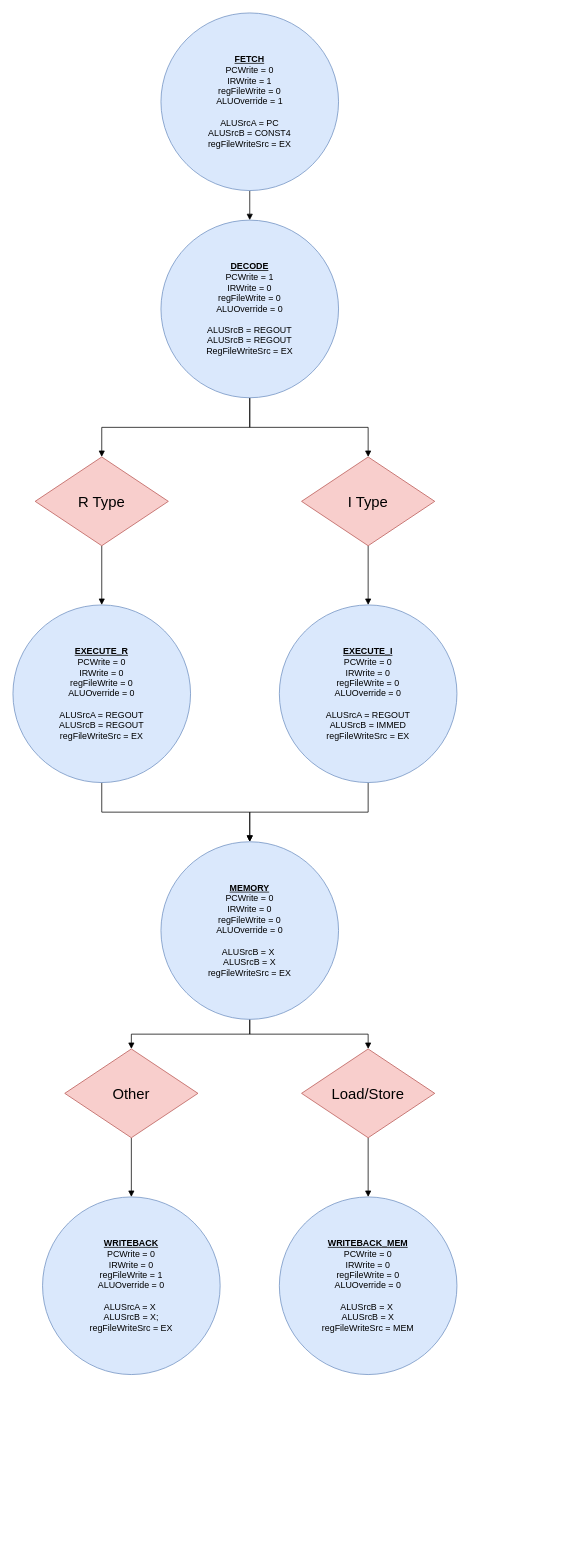
Above: page "Controller FSM" (2 of 2) of doc/PhilosophyV_Core.drawio in AnthonyKenny98/PhilosophyV (draw.io), before the change. Source tidied: cells renumbered, new cells numbered last; positions are measured from the earlier drawing's top-left corner, leaving out a move shared by most shapes. Both pictures are drawn from the tidied source at 74%, with x=0, y=0 at pixel (13, 13).
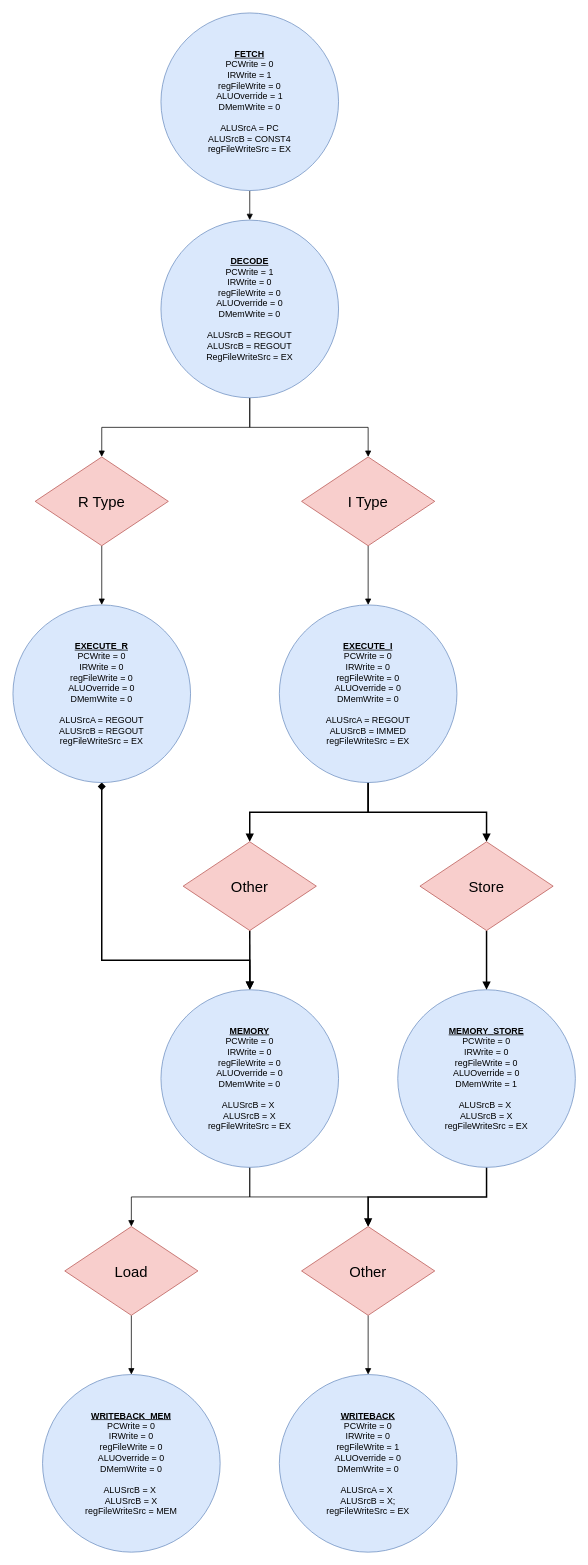
After the change.

What changed in the source:
```diff
@@
-    <mxCell id="3" value="&lt;font size=&quot;1&quot;&gt;&lt;span style=&quot;font-size: 12px&quot;&gt;&lt;u style=&quot;font-weight: bold&quot;&gt;FETCH&lt;br&gt;&lt;/u&gt;PCWrite = 0&lt;br&gt;IRWrite = 1&lt;br&gt;regFileWrite = 0&lt;br&gt;ALUOverride = 1&lt;br&gt;&lt;br&gt;ALUSrcA = PC&lt;br&gt;ALUSrcB = CONST4&lt;br&gt;regFileWriteSrc = EX&lt;br&gt;&lt;/span&gt;&lt;/font&gt;" style="ellipse;whiteSpace=wrap;html=1;rounded=0;shadow=0;glass=0;comic=0;fillColor=#dae8fc;fontSize=7;align=center;strokeColor=#6c8ebf;" parent="1" vertex="1">
+    <mxCell id="3" value="&lt;font size=&quot;1&quot;&gt;&lt;span style=&quot;font-size: 12px&quot;&gt;&lt;u style=&quot;font-weight: bold&quot;&gt;FETCH&lt;br&gt;&lt;/u&gt;PCWrite = 0&lt;br&gt;IRWrite = 1&lt;br&gt;regFileWrite = 0&lt;br&gt;ALUOverride = 1&lt;br&gt;DMemWrite = 0&lt;br&gt;&lt;br&gt;ALUSrcA = PC&lt;br&gt;ALUSrcB = CONST4&lt;br&gt;regFileWriteSrc = EX&lt;br&gt;&lt;/span&gt;&lt;/font&gt;" style="ellipse;whiteSpace=wrap;html=1;rounded=0;shadow=0;glass=0;comic=0;fillColor=#dae8fc;fontSize=7;align=center;strokeColor=#6c8ebf;" parent="1" vertex="1">
       <mxGeometry x="200" width="240" height="240" as="geometry" />
     </mxCell>
@@
-    <mxCell id="6" value="&lt;font size=&quot;1&quot;&gt;&lt;span style=&quot;font-size: 12px&quot;&gt;&lt;u style=&quot;font-weight: bold&quot;&gt;DECODE&lt;br&gt;&lt;/u&gt;PCWrite = 1&lt;br&gt;IRWrite = 0&lt;br&gt;regFileWrite = 0&lt;br&gt;ALUOverride = 0&lt;br&gt;&lt;br&gt;ALUSrcB = REGOUT&lt;br&gt;ALUSrcB = REGOUT&lt;br&gt;RegFileWriteSrc = EX&lt;br&gt;&lt;/span&gt;&lt;/font&gt;" style="ellipse;whiteSpace=wrap;html=1;rounded=0;shadow=0;glass=0;comic=0;fillColor=#dae8fc;fontSize=7;align=center;strokeColor=#6c8ebf;" parent="1" vertex="1">
+    <mxCell id="6" value="&lt;font size=&quot;1&quot;&gt;&lt;span style=&quot;font-size: 12px&quot;&gt;&lt;u style=&quot;font-weight: bold&quot;&gt;DECODE&lt;br&gt;&lt;/u&gt;PCWrite = 1&lt;br&gt;IRWrite = 0&lt;br&gt;regFileWrite = 0&lt;br&gt;ALUOverride = 0&lt;br&gt;&lt;/span&gt;&lt;/font&gt;&lt;span style=&quot;font-size: 12px&quot;&gt;DMemWrite = 0&lt;/span&gt;&lt;font size=&quot;1&quot;&gt;&lt;span style=&quot;font-size: 12px&quot;&gt;&lt;br&gt;&lt;br&gt;ALUSrcB = REGOUT&lt;br&gt;ALUSrcB = REGOUT&lt;br&gt;RegFileWriteSrc = EX&lt;br&gt;&lt;/span&gt;&lt;/font&gt;" style="ellipse;whiteSpace=wrap;html=1;rounded=0;shadow=0;glass=0;comic=0;fillColor=#dae8fc;fontSize=7;align=center;strokeColor=#6c8ebf;" parent="1" vertex="1">
       <mxGeometry x="200" y="280" width="240" height="240" as="geometry" />
     </mxCell>
-    <mxCell id="7" style="edgeStyle=orthogonalEdgeStyle;rounded=0;jumpStyle=arc;jettySize=auto;html=1;exitX=0.5;exitY=1;exitDx=0;exitDy=0;entryX=0.5;entryY=0;entryDx=0;entryDy=0;endArrow=block;endFill=1;strokeWidth=1;fontSize=20;" parent="1" edge="1" source="8" target="11">
-      <mxGeometry relative="1" as="geometry" />
+    <mxCell id="7" style="edgeStyle=orthogonalEdgeStyle;rounded=0;jumpStyle=arc;jettySize=auto;html=1;exitX=0.5;exitY=1;exitDx=0;exitDy=0;entryX=0.5;entryY=0;entryDx=0;entryDy=0;startArrow=diamond;startFill=1;endArrow=block;endFill=1;strokeWidth=2;fontSize=20;" parent="1" edge="1" source="8" target="11">
+      <mxGeometry relative="1" as="geometry">
+        <Array as="points">
+          <mxPoint x="120" y="1280" />
+          <mxPoint x="320" y="1280" />
+        </Array>
+      </mxGeometry>
     </mxCell>
-    <mxCell id="8" value="&lt;font size=&quot;1&quot;&gt;&lt;span style=&quot;font-size: 12px&quot;&gt;&lt;u style=&quot;font-weight: bold&quot;&gt;EXECUTE_R&lt;br&gt;&lt;/u&gt;PCWrite = 0&lt;br&gt;IRWrite = 0&lt;br&gt;regFileWrite = 0&lt;br&gt;ALUOverride = 0&lt;br&gt;&lt;br&gt;ALUSrcA = REGOUT&lt;br&gt;ALUSrcB = REGOUT&lt;br&gt;regFileWriteSrc = EX&lt;br&gt;&lt;/span&gt;&lt;/font&gt;" style="ellipse;whiteSpace=wrap;html=1;rounded=0;shadow=0;glass=0;comic=0;fillColor=#dae8fc;fontSize=7;align=center;strokeColor=#6c8ebf;" parent="1" vertex="1">
+    <mxCell id="8" value="&lt;font size=&quot;1&quot;&gt;&lt;span style=&quot;font-size: 12px&quot;&gt;&lt;u style=&quot;font-weight: bold&quot;&gt;EXECUTE_R&lt;br&gt;&lt;/u&gt;PCWrite = 0&lt;br&gt;IRWrite = 0&lt;br&gt;regFileWrite = 0&lt;br&gt;ALUOverride = 0&lt;br&gt;&lt;/span&gt;&lt;/font&gt;&lt;span style=&quot;font-size: 12px&quot;&gt;DMemWrite = 0&lt;/span&gt;&lt;font size=&quot;1&quot;&gt;&lt;span style=&quot;font-size: 12px&quot;&gt;&lt;br&gt;&lt;br&gt;ALUSrcA = REGOUT&lt;br&gt;ALUSrcB = REGOUT&lt;br&gt;regFileWriteSrc = EX&lt;br&gt;&lt;/span&gt;&lt;/font&gt;" style="ellipse;whiteSpace=wrap;html=1;rounded=0;shadow=0;glass=0;comic=0;fillColor=#dae8fc;fontSize=7;align=center;strokeColor=#6c8ebf;" parent="1" vertex="1">
       <mxGeometry y="800" width="240" height="240" as="geometry" />
     </mxCell>
@@
-    <mxCell id="11" value="&lt;font size=&quot;1&quot;&gt;&lt;span style=&quot;font-size: 12px&quot;&gt;&lt;u style=&quot;font-weight: bold&quot;&gt;MEMORY&lt;br&gt;&lt;/u&gt;PCWrite = 0&lt;br&gt;IRWrite = 0&lt;br&gt;regFileWrite = 0&lt;br&gt;ALUOverride = 0&lt;br&gt;&lt;br&gt;ALUSrcB = X&amp;nbsp;&lt;br&gt;ALUSrcB = X&lt;br&gt;regFileWriteSrc = EX&lt;br&gt;&lt;/span&gt;&lt;/font&gt;" style="ellipse;whiteSpace=wrap;html=1;rounded=0;shadow=0;glass=0;comic=0;fillColor=#dae8fc;fontSize=7;align=center;strokeColor=#6c8ebf;" parent="1" vertex="1">
-      <mxGeometry x="200" y="1120" width="240" height="240" as="geometry" />
+    <mxCell id="11" value="&lt;font size=&quot;1&quot;&gt;&lt;span style=&quot;font-size: 12px&quot;&gt;&lt;u style=&quot;font-weight: bold&quot;&gt;MEMORY&lt;br&gt;&lt;/u&gt;PCWrite = 0&lt;br&gt;IRWrite = 0&lt;br&gt;regFileWrite = 0&lt;br&gt;ALUOverride = 0&lt;br&gt;&lt;/span&gt;&lt;/font&gt;&lt;span style=&quot;font-size: 12px&quot;&gt;DMemWrite = 0&lt;/span&gt;&lt;font size=&quot;1&quot;&gt;&lt;span style=&quot;font-size: 12px&quot;&gt;&lt;br&gt;&lt;br&gt;ALUSrcB = X&amp;nbsp;&lt;br&gt;ALUSrcB = X&lt;br&gt;regFileWriteSrc = EX&lt;br&gt;&lt;/span&gt;&lt;/font&gt;" style="ellipse;whiteSpace=wrap;html=1;rounded=0;shadow=0;glass=0;comic=0;fillColor=#dae8fc;fontSize=7;align=center;strokeColor=#6c8ebf;" parent="1" vertex="1">
+      <mxGeometry x="200" y="1320" width="240" height="240" as="geometry" />
     </mxCell>
-    <mxCell id="12" value="&lt;font size=&quot;1&quot;&gt;&lt;span style=&quot;font-size: 12px&quot;&gt;&lt;u style=&quot;font-weight: bold&quot;&gt;WRITEBACK&lt;br&gt;&lt;/u&gt;PCWrite = 0&lt;br&gt;IRWrite = 0&lt;br&gt;regFileWrite = 1&lt;br&gt;ALUOverride = 0&lt;br&gt;&lt;br&gt;ALUSrcA = X&amp;nbsp;&lt;br&gt;ALUSrcB = X;&lt;br&gt;regFileWriteSrc = EX&lt;br&gt;&lt;/span&gt;&lt;/font&gt;" style="ellipse;whiteSpace=wrap;html=1;rounded=0;shadow=0;glass=0;comic=0;fillColor=#dae8fc;fontSize=7;align=center;strokeColor=#6c8ebf;" parent="1" vertex="1">
-      <mxGeometry x="40" y="1600" width="240" height="240" as="geometry" />
+    <mxCell id="12" value="&lt;font size=&quot;1&quot;&gt;&lt;span style=&quot;font-size: 12px&quot;&gt;&lt;u style=&quot;font-weight: bold&quot;&gt;WRITEBACK&lt;br&gt;&lt;/u&gt;PCWrite = 0&lt;br&gt;IRWrite = 0&lt;br&gt;regFileWrite = 1&lt;br&gt;ALUOverride = 0&lt;br&gt;&lt;/span&gt;&lt;/font&gt;&lt;span style=&quot;font-size: 12px&quot;&gt;DMemWrite = 0&lt;/span&gt;&lt;font size=&quot;1&quot;&gt;&lt;span style=&quot;font-size: 12px&quot;&gt;&lt;br&gt;&lt;br&gt;ALUSrcA = X&amp;nbsp;&lt;br&gt;ALUSrcB = X;&lt;br&gt;regFileWriteSrc = EX&lt;br&gt;&lt;/span&gt;&lt;/font&gt;" style="ellipse;whiteSpace=wrap;html=1;rounded=0;shadow=0;glass=0;comic=0;fillColor=#dae8fc;fontSize=7;align=center;strokeColor=#6c8ebf;" parent="1" vertex="1">
+      <mxGeometry x="360" y="1840" width="240" height="240" as="geometry" />
     </mxCell>
-    <mxCell id="13" style="edgeStyle=orthogonalEdgeStyle;rounded=0;jumpStyle=arc;jettySize=auto;html=1;exitX=0.5;exitY=1;exitDx=0;exitDy=0;entryX=0.5;entryY=0;entryDx=0;entryDy=0;endArrow=block;endFill=1;strokeWidth=1;fontSize=20;" parent="1" edge="1" source="14" target="11">
-      <mxGeometry relative="1" as="geometry" />
-    </mxCell>
+    <mxCell id="24" style="edgeStyle=orthogonalEdgeStyle;rounded=0;jumpStyle=arc;jettySize=auto;html=1;exitX=0.5;exitY=1;exitDx=0;exitDy=0;entryX=0.5;entryY=0;entryDx=0;entryDy=0;startArrow=none;startFill=0;endArrow=block;endFill=1;strokeWidth=2;fontSize=20;" parent="1" edge="1" source="14" target="31">
+      <mxGeometry relative="1" as="geometry" />
+    </mxCell>
+    <mxCell id="25" style="edgeStyle=orthogonalEdgeStyle;rounded=0;jumpStyle=arc;jettySize=auto;html=1;exitX=0.5;exitY=1;exitDx=0;exitDy=0;entryX=0.5;entryY=0;entryDx=0;entryDy=0;startArrow=none;startFill=0;endArrow=block;endFill=1;strokeWidth=2;fontSize=20;" parent="1" edge="1" source="14" target="29">
+      <mxGeometry relative="1" as="geometry" />
+    </mxCell>
-    <mxCell id="14" value="&lt;font size=&quot;1&quot;&gt;&lt;span style=&quot;font-size: 12px&quot;&gt;&lt;u style=&quot;font-weight: bold&quot;&gt;EXECUTE_I&lt;br&gt;&lt;/u&gt;PCWrite = 0&lt;br&gt;IRWrite = 0&lt;br&gt;regFileWrite = 0&lt;br&gt;&lt;/span&gt;&lt;/font&gt;&lt;span style=&quot;font-size: 12px&quot;&gt;ALUOverride = 0&lt;/span&gt;&lt;br style=&quot;font-size: 12px&quot;&gt;&lt;font size=&quot;1&quot;&gt;&lt;span style=&quot;font-size: 12px&quot;&gt;&lt;br&gt;ALUSrcA = REGOUT&lt;br&gt;ALUSrcB = IMMED&lt;br&gt;regFileWriteSrc = EX&lt;br&gt;&lt;/span&gt;&lt;/font&gt;" style="ellipse;whiteSpace=wrap;html=1;rounded=0;shadow=0;glass=0;comic=0;fillColor=#dae8fc;fontSize=7;align=center;strokeColor=#6c8ebf;" parent="1" vertex="1">
+    <mxCell id="14" value="&lt;font size=&quot;1&quot;&gt;&lt;span style=&quot;font-size: 12px&quot;&gt;&lt;u style=&quot;font-weight: bold&quot;&gt;EXECUTE_I&lt;br&gt;&lt;/u&gt;PCWrite = 0&lt;br&gt;IRWrite = 0&lt;br&gt;regFileWrite = 0&lt;br&gt;&lt;/span&gt;&lt;/font&gt;&lt;span style=&quot;font-size: 12px&quot;&gt;ALUOverride = 0&lt;/span&gt;&lt;br style=&quot;font-size: 12px&quot;&gt;&lt;span style=&quot;font-size: 12px&quot;&gt;DMemWrite = 0&lt;/span&gt;&lt;font size=&quot;1&quot;&gt;&lt;span style=&quot;font-size: 12px&quot;&gt;&lt;br&gt;&lt;br&gt;ALUSrcA = REGOUT&lt;br&gt;ALUSrcB = IMMED&lt;br&gt;regFileWriteSrc = EX&lt;br&gt;&lt;/span&gt;&lt;/font&gt;" style="ellipse;whiteSpace=wrap;html=1;rounded=0;shadow=0;glass=0;comic=0;fillColor=#dae8fc;fontSize=7;align=center;strokeColor=#6c8ebf;" parent="1" vertex="1">
       <mxGeometry x="360" y="800" width="240" height="240" as="geometry" />
     </mxCell>
@@
-    <mxCell id="19" value="&lt;font size=&quot;1&quot;&gt;&lt;span style=&quot;font-size: 12px&quot;&gt;&lt;u style=&quot;font-weight: bold&quot;&gt;WRITEBACK_MEM&lt;br&gt;&lt;/u&gt;PCWrite = 0&lt;br&gt;IRWrite = 0&lt;br&gt;regFileWrite = 0&lt;br&gt;ALUOverride = 0&lt;br&gt;&lt;br&gt;ALUSrcB = X&amp;nbsp;&lt;br&gt;ALUSrcB = X&lt;br&gt;regFileWriteSrc = MEM&lt;br&gt;&lt;/span&gt;&lt;/font&gt;" style="ellipse;whiteSpace=wrap;html=1;rounded=0;shadow=0;glass=0;comic=0;fillColor=#dae8fc;fontSize=7;align=center;strokeColor=#6c8ebf;" parent="1" vertex="1">
-      <mxGeometry x="360" y="1600" width="240" height="240" as="geometry" />
+    <mxCell id="19" value="&lt;font size=&quot;1&quot;&gt;&lt;span style=&quot;font-size: 12px&quot;&gt;&lt;u style=&quot;font-weight: bold&quot;&gt;WRITEBACK_MEM&lt;br&gt;&lt;/u&gt;PCWrite = 0&lt;br&gt;IRWrite = 0&lt;br&gt;regFileWrite = 0&lt;br&gt;ALUOverride = 0&lt;br&gt;&lt;/span&gt;&lt;/font&gt;&lt;span style=&quot;font-size: 12px&quot;&gt;DMemWrite = 0&lt;/span&gt;&lt;font size=&quot;1&quot;&gt;&lt;span style=&quot;font-size: 12px&quot;&gt;&lt;br&gt;&lt;br&gt;ALUSrcB = X&amp;nbsp;&lt;br&gt;ALUSrcB = X&lt;br&gt;regFileWriteSrc = MEM&lt;br&gt;&lt;/span&gt;&lt;/font&gt;" style="ellipse;whiteSpace=wrap;html=1;rounded=0;shadow=0;glass=0;comic=0;fillColor=#dae8fc;fontSize=7;align=center;strokeColor=#6c8ebf;" parent="1" vertex="1">
+      <mxGeometry x="40" y="1840" width="240" height="240" as="geometry" />
     </mxCell>
@@
-    <mxCell id="21" value="Load/Store" style="rhombus;whiteSpace=wrap;html=1;fillColor=#f8cecc;fontSize=20;align=center;strokeColor=#b85450;" parent="1" vertex="1">
-      <mxGeometry x="390" y="1400" width="180" height="120" as="geometry" />
+    <mxCell id="21" value="Load" style="rhombus;whiteSpace=wrap;html=1;fillColor=#f8cecc;fontSize=20;align=center;strokeColor=#b85450;" parent="1" vertex="1">
+      <mxGeometry x="70" y="1640" width="180" height="120" as="geometry" />
     </mxCell>
@@
     <mxCell id="23" value="Other" style="rhombus;whiteSpace=wrap;html=1;fillColor=#f8cecc;fontSize=20;align=center;strokeColor=#b85450;" parent="1" vertex="1">
-      <mxGeometry x="70" y="1400" width="180" height="120" as="geometry" />
+      <mxGeometry x="390" y="1640" width="180" height="120" as="geometry" />
     </mxCell>
+    <mxCell id="26" style="edgeStyle=orthogonalEdgeStyle;rounded=0;jumpStyle=arc;jettySize=auto;html=1;exitX=0.5;exitY=1;exitDx=0;exitDy=0;entryX=0.5;entryY=0;entryDx=0;entryDy=0;startArrow=none;startFill=0;endArrow=block;endFill=1;strokeWidth=2;fontSize=20;" parent="1" edge="1" source="27" target="23">
+      <mxGeometry relative="1" as="geometry" />
+    </mxCell>
+    <mxCell id="27" value="&lt;font size=&quot;1&quot;&gt;&lt;span style=&quot;font-size: 12px&quot;&gt;&lt;u style=&quot;font-weight: bold&quot;&gt;MEMORY_STORE&lt;br&gt;&lt;/u&gt;PCWrite = 0&lt;br&gt;IRWrite = 0&lt;br&gt;regFileWrite = 0&lt;br&gt;ALUOverride = 0&lt;br&gt;&lt;/span&gt;&lt;/font&gt;&lt;span style=&quot;font-size: 12px&quot;&gt;DMemWrite = 1&lt;/span&gt;&lt;font size=&quot;1&quot;&gt;&lt;span style=&quot;font-size: 12px&quot;&gt;&lt;br&gt;&lt;br&gt;ALUSrcB = X&amp;nbsp;&lt;br&gt;ALUSrcB = X&lt;br&gt;regFileWriteSrc = EX&lt;br&gt;&lt;/span&gt;&lt;/font&gt;" style="ellipse;whiteSpace=wrap;html=1;rounded=0;shadow=0;glass=0;comic=0;fillColor=#dae8fc;fontSize=7;align=center;strokeColor=#6c8ebf;" parent="1" vertex="1">
+      <mxGeometry x="520" y="1320" width="240" height="240" as="geometry" />
+    </mxCell>
+    <mxCell id="28" style="edgeStyle=orthogonalEdgeStyle;rounded=0;jumpStyle=arc;jettySize=auto;html=1;exitX=0.5;exitY=1;exitDx=0;exitDy=0;startArrow=none;startFill=0;endArrow=block;endFill=1;strokeWidth=2;fontSize=20;" parent="1" edge="1" source="29" target="27">
+      <mxGeometry relative="1" as="geometry" />
+    </mxCell>
+    <mxCell id="29" value="Store" style="rhombus;whiteSpace=wrap;html=1;fillColor=#f8cecc;fontSize=20;align=center;strokeColor=#b85450;" parent="1" vertex="1">
+      <mxGeometry x="550" y="1120" width="180" height="120" as="geometry" />
+    </mxCell>
+    <mxCell id="30" style="edgeStyle=orthogonalEdgeStyle;rounded=0;jumpStyle=arc;jettySize=auto;html=1;exitX=0.5;exitY=1;exitDx=0;exitDy=0;startArrow=none;startFill=0;endArrow=block;endFill=1;strokeWidth=2;fontSize=20;" parent="1" edge="1" source="31">
+      <mxGeometry relative="1" as="geometry">
+        <mxPoint x="320.3" y="1320" as="targetPoint" />
+      </mxGeometry>
+    </mxCell>
+    <mxCell id="31" value="Other" style="rhombus;whiteSpace=wrap;html=1;fillColor=#f8cecc;fontSize=20;align=center;strokeColor=#b85450;" parent="1" vertex="1">
+      <mxGeometry x="230" y="1120" width="180" height="120" as="geometry" />
+    </mxCell>
```
